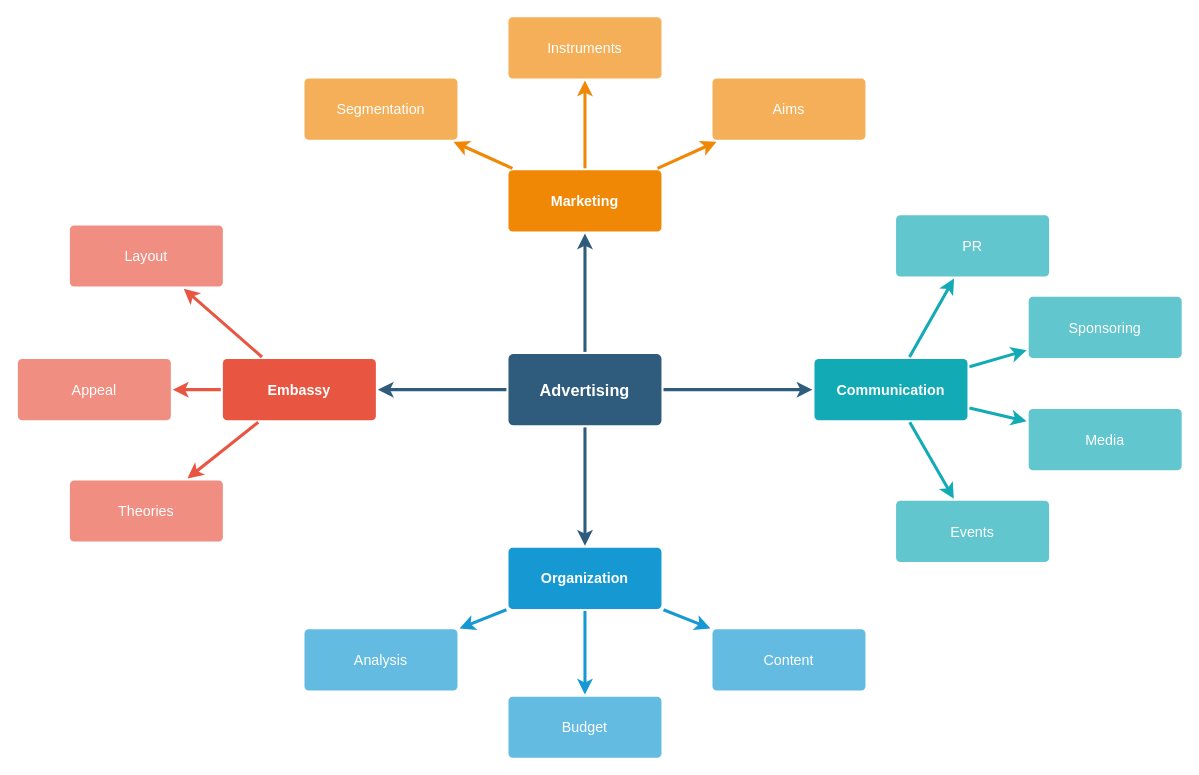
Earlier version of the draw.io diagram Untitled Diagram.drawio (amerezoji1362/drawio-github). Source tidied: cells renumbered, new cells numbered last; positions are measured from the earlier drawing's top-left corner, leaving out a move shared by most shapes. Both pictures are drawn from the tidied source at 102%, with x=0, y=0 at pixel (17, 16).
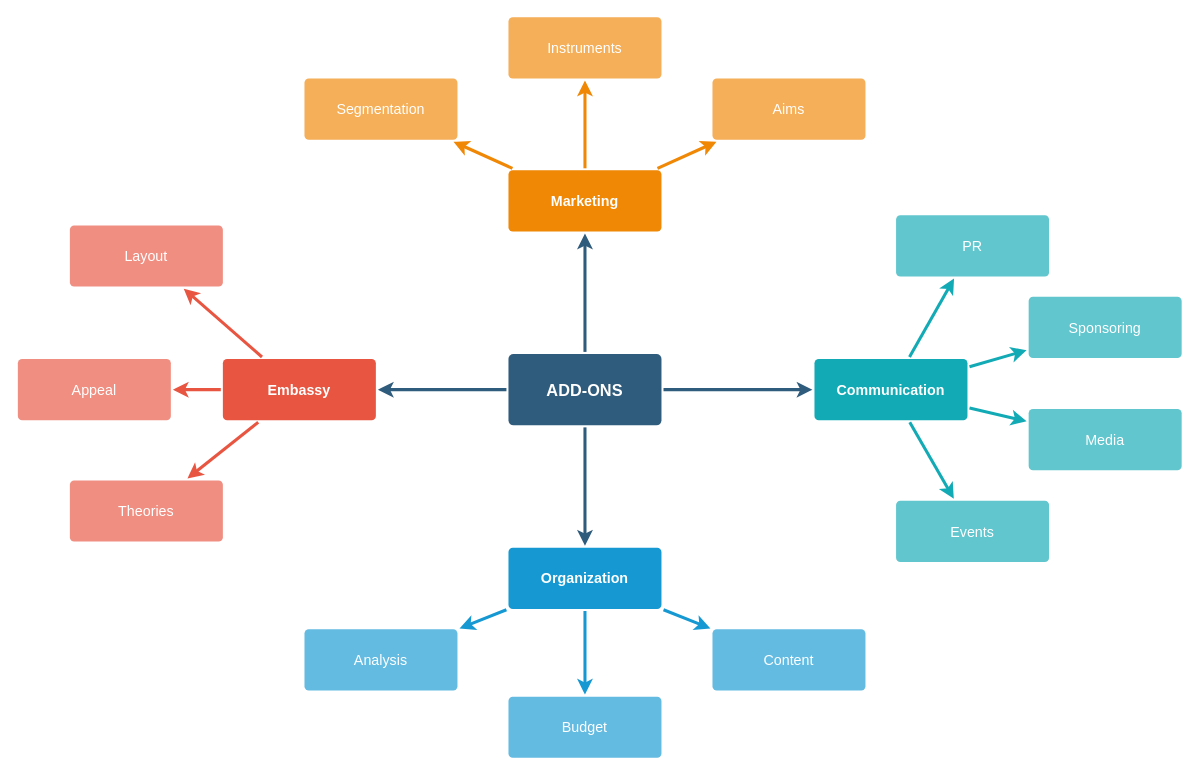
After the change.

Change to the diagram source:
```diff
@@
-    <mxCell id="6" value="Advertising" style="rounded=1;whiteSpace=wrap;html=1;shadow=0;labelBackgroundColor=none;strokeColor=none;strokeWidth=3;fillColor=#2F5B7C;fontFamily=Helvetica;fontSize=16;fontColor=#FFFFFF;align=center;fontStyle=1;spacing=5;arcSize=7;perimeterSpacing=2;" parent="1" vertex="1">
+    <mxCell id="6" value="ADD-ONS" style="rounded=1;whiteSpace=wrap;html=1;shadow=0;labelBackgroundColor=none;strokeColor=none;strokeWidth=3;fillColor=#2F5B7C;fontFamily=Helvetica;fontSize=16;fontColor=#FFFFFF;align=center;fontStyle=1;spacing=5;arcSize=7;perimeterSpacing=2;" parent="1" vertex="1">
       <mxGeometry x="481" y="330.5" width="150" height="70" as="geometry" />
     </mxCell>
```
